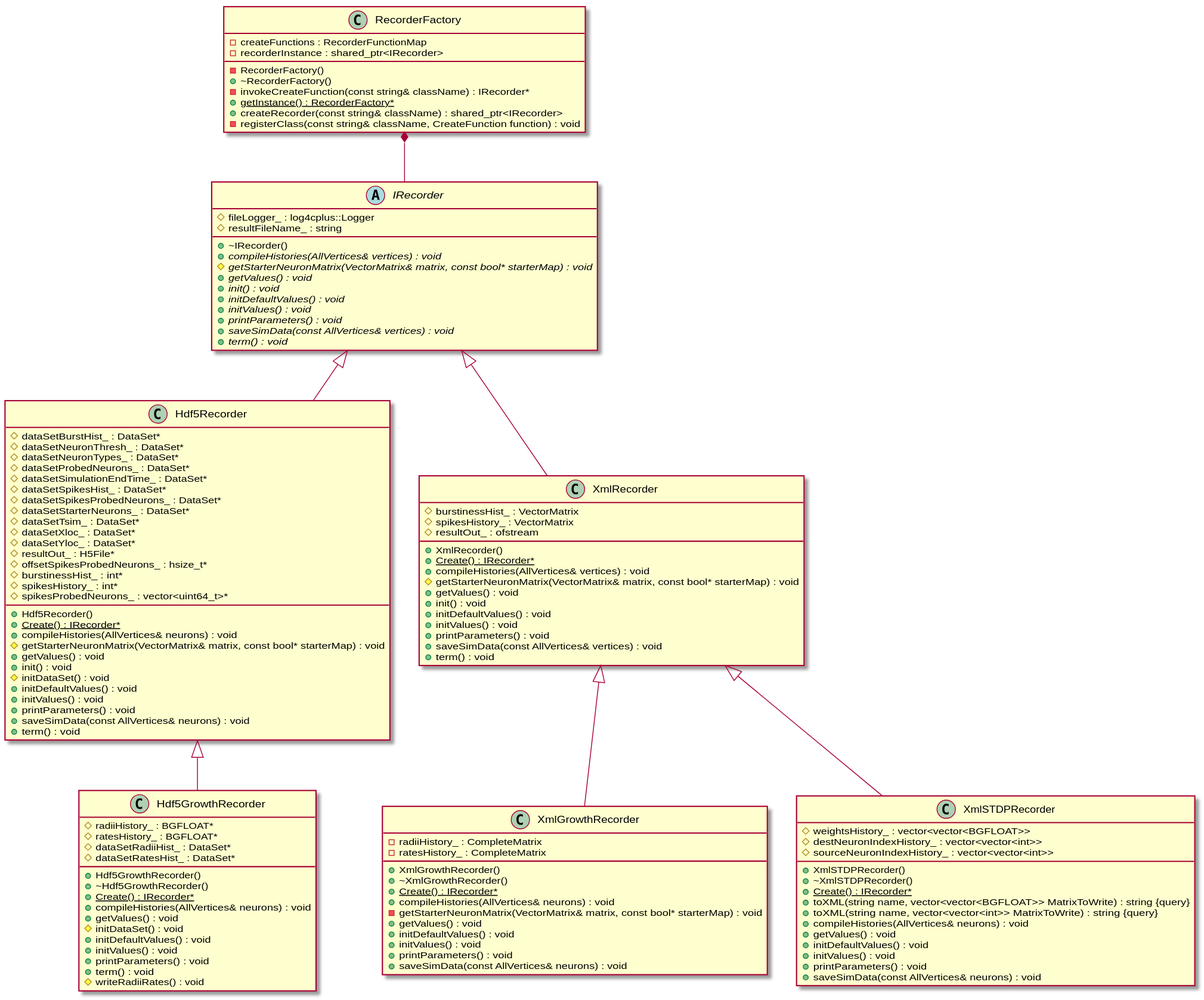
Earlier version of the PlantUML export docs/Developer/ClassDiagrams/diagrams/RecorderClassDiagram.svg (UWB-Biocomputing/Graphitti). The source it was exported from:
```plantuml
@startuml RecorderClassDiagram






class Hdf5GrowthRecorder {
	+Hdf5GrowthRecorder()
	+~Hdf5GrowthRecorder()
	#radiiHistory_ : BGFLOAT*
	#ratesHistory_ : BGFLOAT*
	#dataSetRadiiHist_ : DataSet*
	#dataSetRatesHist_ : DataSet*
	+{static} Create() : IRecorder*
	+compileHistories(AllVertices& neurons) : void
	+getValues() : void
	#initDataSet() : void
	+initDefaultValues() : void
	+initValues() : void
	+printParameters() : void
	+term() : void
	#writeRadiiRates() : void
}


class Hdf5Recorder {
	+Hdf5Recorder()
	#dataSetNeuronThresh_ : DataSet*
	#dataSetNeuronTypes_ : DataSet*
	#dataSetProbedNeurons_ : DataSet*
	#dataSetSimulationEndTime_ : DataSet*
	#dataSetSpikesHist_ : DataSet*
	#dataSetSpikesProbedNeurons_ : DataSet*
	#dataSetStarterNeurons_ : DataSet*
	#dataSetTsim_ : DataSet*
	#dataSetXloc_ : DataSet*
	#dataSetYloc_ : DataSet*
	#resultOut_ : H5File*
	+{static} Create() : IRecorder*
	#offsetSpikesProbedNeurons_ : hsize_t*
	#spikesHistory_ : int*
	#spikesProbedNeurons_ : vector<uint64_t>*
	+compileHistories(AllVertices& neurons) : void
	#getStarterNeuronMatrix(VectorMatrix& matrix, const bool* starterMap) : void
	+getValues() : void
	+init() : void
	#initDataSet() : void
	+initDefaultValues() : void
	+initValues() : void
	+printParameters() : void
	+saveSimData(const AllVertices& neurons) : void
	+term() : void
}


abstract class IRecorder {
	+~IRecorder()
	#fileLogger_ : log4cplus::Logger
	#resultFileName_ : string
	+{abstract} compileHistories(AllVertices& vertices) : void
	#{abstract} getStarterNeuronMatrix(VectorMatrix& matrix, const bool* starterMap) : void
	+{abstract} getValues() : void
	+{abstract} init() : void
	+{abstract} initDefaultValues() : void
	+{abstract} initValues() : void
	+{abstract} printParameters() : void
	+{abstract} saveSimData(const AllVertices& vertices) : void
	+{abstract} term() : void
}


class RecorderFactory {
	-RecorderFactory()
	+~RecorderFactory()
	-invokeCreateFunction(const string& className) : IRecorder*
	+{static} getInstance() : RecorderFactory*
	-createFunctions : RecorderFunctionMap
	+createRecorder(const string& className) : shared_ptr<IRecorder>
	-recorderInstance : shared_ptr<IRecorder>
	-registerClass(const string& className, CreateFunction function) : void
}


class XmlGrowthRecorder {
	+XmlGrowthRecorder()
	+~XmlGrowthRecorder()
	-radiiHistory_ : CompleteMatrix
	-ratesHistory_ : CompleteMatrix
	+{static} Create() : IRecorder*
	+compileHistories(AllVertices& neurons) : void
	-getStarterNeuronMatrix(VectorMatrix& matrix, const bool* starterMap) : void
	+getValues() : void
	+initDefaultValues() : void
	+initValues() : void
	+printParameters() : void
	+saveSimData(const AllVertices& neurons) : void
}


class XmlRecorder {
	+XmlRecorder()
	+{static} Create() : IRecorder*
	#spikesHistory_ : VectorMatrix
	#resultOut_ : ofstream
	+compileHistories(AllVertices& vertices) : void
	#getStarterNeuronMatrix(VectorMatrix& matrix, const bool* starterMap) : void
	+getValues() : void
	+init() : void
	+initDefaultValues() : void
	+initValues() : void
	+printParameters() : void
	+saveSimData(const AllVertices& vertices) : void
	+term() : void
}


class XmlSTDPRecorder {
	+XmlSTDPRecorder()
	+~XmlSTDPRecorder()
	+{static} Create() : IRecorder*
	+toXML(string name, vector<vector<BGFLOAT>> MatrixToWrite) : string {query}
	+toXML(string name, vector<vector<int>> MatrixToWrite) : string {query}
	#weightsHistory_ : vector<vector<BGFLOAT>>
	#destNeuronIndexHistory_ : vector<vector<int>>
	#sourceNeuronIndexHistory_ : vector<vector<int>>
	+compileHistories(AllVertices& neurons) : void
	+getValues() : void
	+initDefaultValues() : void
	+initValues() : void
	+printParameters() : void
	+saveSimData(const AllVertices& neurons) : void
}






.Hdf5Recorder <|-- .Hdf5GrowthRecorder


.IRecorder <|-- .Hdf5Recorder


.IRecorder <|-- .XmlRecorder


.XmlRecorder <|-- .XmlGrowthRecorder


.XmlRecorder <|-- .XmlSTDPRecorder






.RecorderFactory *-- .IRecorder









@enduml
```
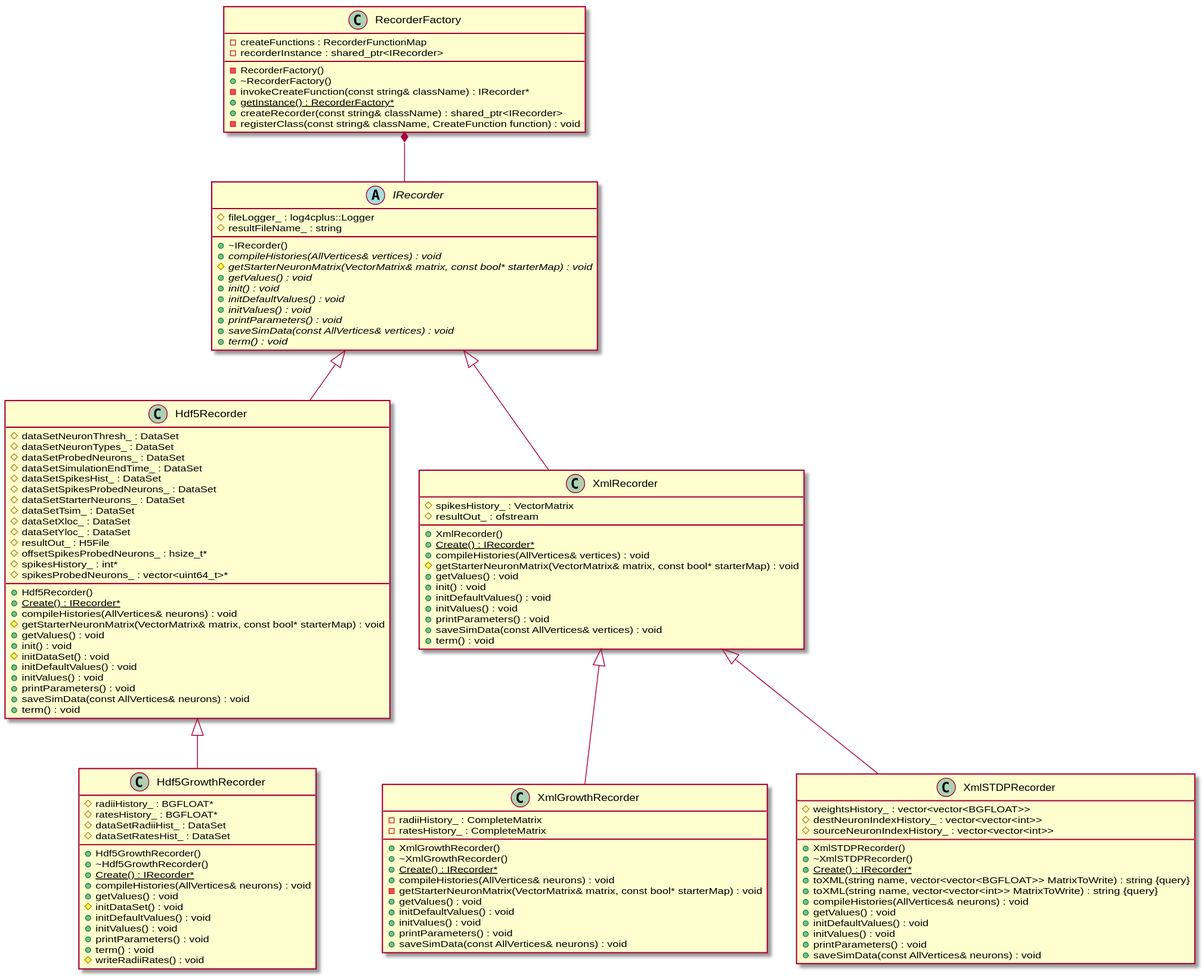
After the commit.

The edit, as a diff of the source:
```diff
@@ -10,8 +10,8 @@
 	+~Hdf5GrowthRecorder()
 	#radiiHistory_ : BGFLOAT*
 	#ratesHistory_ : BGFLOAT*
-	#dataSetRadiiHist_ : DataSet*
-	#dataSetRatesHist_ : DataSet*
+	#dataSetRadiiHist_ : DataSet
+	#dataSetRatesHist_ : DataSet
 	+{static} Create() : IRecorder*
 	+compileHistories(AllVertices& neurons) : void
 	+getValues() : void
@@ -26,17 +26,17 @@
 
 class Hdf5Recorder {
 	+Hdf5Recorder()
-	#dataSetNeuronThresh_ : DataSet*
-	#dataSetNeuronTypes_ : DataSet*
-	#dataSetProbedNeurons_ : DataSet*
-	#dataSetSimulationEndTime_ : DataSet*
-	#dataSetSpikesHist_ : DataSet*
-	#dataSetSpikesProbedNeurons_ : DataSet*
-	#dataSetStarterNeurons_ : DataSet*
-	#dataSetTsim_ : DataSet*
-	#dataSetXloc_ : DataSet*
-	#dataSetYloc_ : DataSet*
-	#resultOut_ : H5File*
+	#dataSetNeuronThresh_ : DataSet
+	#dataSetNeuronTypes_ : DataSet
+	#dataSetProbedNeurons_ : DataSet
+	#dataSetSimulationEndTime_ : DataSet
+	#dataSetSpikesHist_ : DataSet
+	#dataSetSpikesProbedNeurons_ : DataSet
+	#dataSetStarterNeurons_ : DataSet
+	#dataSetTsim_ : DataSet
+	#dataSetXloc_ : DataSet
+	#dataSetYloc_ : DataSet
+	#resultOut_ : H5File
 	+{static} Create() : IRecorder*
 	#offsetSpikesProbedNeurons_ : hsize_t*
 	#spikesHistory_ : int*
```
